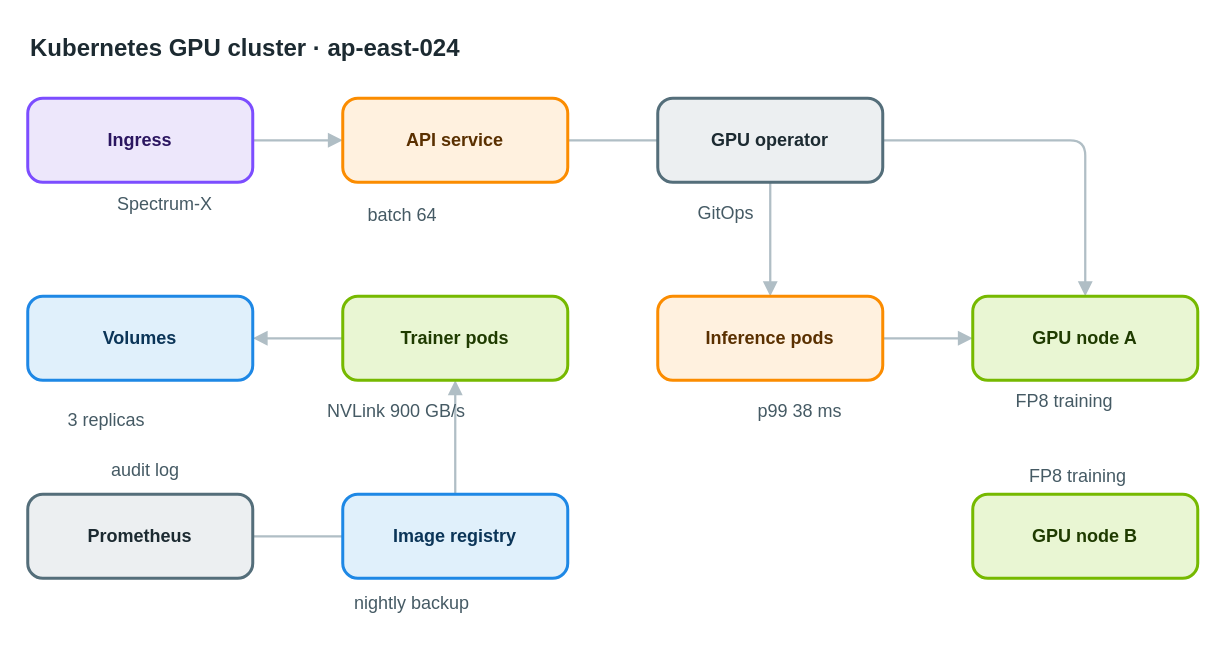
Before: apps/web/public/samples/library/024-kubernetes-gpu-cluster.drawio in AryanG01/open-apprentice, a draw.io diagram. Source tidied: cells renumbered, new cells numbered last; positions are measured from the earlier drawing's top-left corner, leaving out a move shared by most shapes. Both pictures are drawn from the tidied source at 150%, with x=0, y=0 at pixel (27, 26).
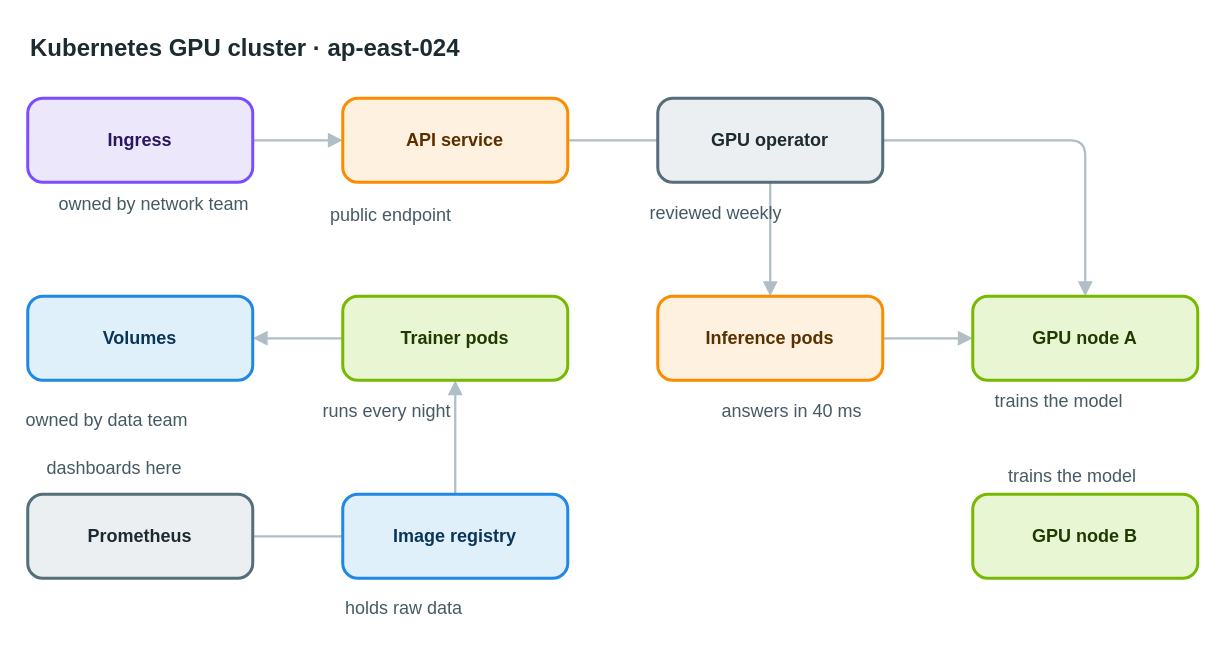
Above is the later version.

The edit, as a diff of the source:
```diff
@@
-    <mxCell id="19" value="Spectrum-X" style="text;html=1;align=left;verticalAlign=top;whiteSpace=nowrap;spacing=0;spacingTop=0;strokeColor=none;fillColor=none;fontSize=12;fontColor=#455a64;" parent="1" vertex="1">
-      <mxGeometry x="60" y="107" width="82" height="20" as="geometry" />
+    <mxCell id="19" value="owned by network team" style="text;html=1;align=left;verticalAlign=top;whiteSpace=nowrap;spacing=0;spacingTop=0;strokeColor=none;fillColor=none;fontSize=12;fontColor=#455a64;" parent="1" vertex="1">
+      <mxGeometry x="21" y="107" width="159" height="20" as="geometry" />
     </mxCell>
-    <mxCell id="20" value="batch 64" style="text;html=1;align=left;verticalAlign=top;whiteSpace=nowrap;spacing=0;spacingTop=0;strokeColor=none;fillColor=none;fontSize=12;fontColor=#455a64;" parent="1" vertex="1">
-      <mxGeometry x="227" y="114" width="68" height="20" as="geometry" />
+    <mxCell id="20" value="public endpoint" style="text;html=1;align=left;verticalAlign=top;whiteSpace=nowrap;spacing=0;spacingTop=0;strokeColor=none;fillColor=none;fontSize=12;fontColor=#455a64;" parent="1" vertex="1">
+      <mxGeometry x="202" y="114" width="117" height="20" as="geometry" />
     </mxCell>
-    <mxCell id="21" value="GitOps" style="text;html=1;align=left;verticalAlign=top;whiteSpace=nowrap;spacing=0;spacingTop=0;strokeColor=none;fillColor=none;fontSize=12;fontColor=#455a64;" parent="1" vertex="1">
-      <mxGeometry x="447" y="113" width="54" height="20" as="geometry" />
+    <mxCell id="21" value="reviewed weekly" style="text;html=1;align=left;verticalAlign=top;whiteSpace=nowrap;spacing=0;spacingTop=0;strokeColor=none;fillColor=none;fontSize=12;fontColor=#455a64;" parent="1" vertex="1">
+      <mxGeometry x="415" y="113" width="117" height="20" as="geometry" />
     </mxCell>
-    <mxCell id="22" value="NVLink 900 GB/s" style="text;html=1;align=left;verticalAlign=top;whiteSpace=nowrap;spacing=0;spacingTop=0;strokeColor=none;fillColor=none;fontSize=12;fontColor=#455a64;" parent="1" vertex="1">
-      <mxGeometry x="200" y="245" width="117" height="20" as="geometry" />
+    <mxCell id="22" value="runs every night" style="text;html=1;align=left;verticalAlign=top;whiteSpace=nowrap;spacing=0;spacingTop=0;strokeColor=none;fillColor=none;fontSize=12;fontColor=#455a64;" parent="1" vertex="1">
+      <mxGeometry x="197" y="245" width="124" height="20" as="geometry" />
     </mxCell>
-    <mxCell id="23" value="p99 38 ms" style="text;html=1;align=left;verticalAlign=top;whiteSpace=nowrap;spacing=0;spacingTop=0;strokeColor=none;fillColor=none;fontSize=12;fontColor=#455a64;" parent="1" vertex="1">
-      <mxGeometry x="487" y="245" width="75" height="20" as="geometry" />
+    <mxCell id="23" value="answers in 40 ms" style="text;html=1;align=left;verticalAlign=top;whiteSpace=nowrap;spacing=0;spacingTop=0;strokeColor=none;fillColor=none;fontSize=12;fontColor=#455a64;" parent="1" vertex="1">
+      <mxGeometry x="463" y="245" width="124" height="20" as="geometry" />
     </mxCell>
-    <mxCell id="24" value="FP8 training" style="text;html=1;align=left;verticalAlign=top;whiteSpace=nowrap;spacing=0;spacingTop=0;strokeColor=none;fillColor=none;fontSize=12;fontColor=#455a64;" parent="1" vertex="1">
-      <mxGeometry x="659" y="238" width="96" height="20" as="geometry" />
+    <mxCell id="24" value="trains the model" style="text;html=1;align=left;verticalAlign=top;whiteSpace=nowrap;spacing=0;spacingTop=0;strokeColor=none;fillColor=none;fontSize=12;fontColor=#455a64;" parent="1" vertex="1">
+      <mxGeometry x="645" y="238" width="124" height="20" as="geometry" />
     </mxCell>
-    <mxCell id="25" value="FP8 training" style="text;html=1;align=left;verticalAlign=top;whiteSpace=nowrap;spacing=0;spacingTop=0;strokeColor=none;fillColor=none;fontSize=12;fontColor=#455a64;" parent="1" vertex="1">
-      <mxGeometry x="668" y="288" width="96" height="20" as="geometry" />
+    <mxCell id="25" value="trains the model" style="text;html=1;align=left;verticalAlign=top;whiteSpace=nowrap;spacing=0;spacingTop=0;strokeColor=none;fillColor=none;fontSize=12;fontColor=#455a64;" parent="1" vertex="1">
+      <mxGeometry x="654" y="288" width="124" height="20" as="geometry" />
     </mxCell>
-    <mxCell id="26" value="3 replicas" style="text;html=1;align=left;verticalAlign=top;whiteSpace=nowrap;spacing=0;spacingTop=0;strokeColor=none;fillColor=none;fontSize=12;fontColor=#455a64;" parent="1" vertex="1">
-      <mxGeometry x="27" y="251" width="82" height="20" as="geometry" />
+    <mxCell id="26" value="owned by data team" style="text;html=1;align=left;verticalAlign=top;whiteSpace=nowrap;spacing=0;spacingTop=0;strokeColor=none;fillColor=none;fontSize=12;fontColor=#455a64;" parent="1" vertex="1">
+      <mxGeometry x="-1" y="251" width="138" height="20" as="geometry" />
     </mxCell>
-    <mxCell id="27" value="audit log" style="text;html=1;align=left;verticalAlign=top;whiteSpace=nowrap;spacing=0;spacingTop=0;strokeColor=none;fillColor=none;fontSize=12;fontColor=#455a64;" parent="1" vertex="1">
-      <mxGeometry x="56" y="284" width="75" height="20" as="geometry" />
+    <mxCell id="27" value="dashboards here" style="text;html=1;align=left;verticalAlign=top;whiteSpace=nowrap;spacing=0;spacingTop=0;strokeColor=none;fillColor=none;fontSize=12;fontColor=#455a64;" parent="1" vertex="1">
+      <mxGeometry x="13" y="283" width="117" height="20" as="geometry" />
     </mxCell>
-    <mxCell id="28" value="nightly backup" style="text;html=1;align=left;verticalAlign=top;whiteSpace=nowrap;spacing=0;spacingTop=0;strokeColor=none;fillColor=none;fontSize=12;fontColor=#455a64;" parent="1" vertex="1">
-      <mxGeometry x="218" y="373" width="110" height="20" as="geometry" />
+    <mxCell id="28" value="holds raw data" style="text;html=1;align=left;verticalAlign=top;whiteSpace=nowrap;spacing=0;spacingTop=0;strokeColor=none;fillColor=none;fontSize=12;fontColor=#455a64;" parent="1" vertex="1">
+      <mxGeometry x="212" y="376" width="110" height="20" as="geometry" />
     </mxCell>
```
